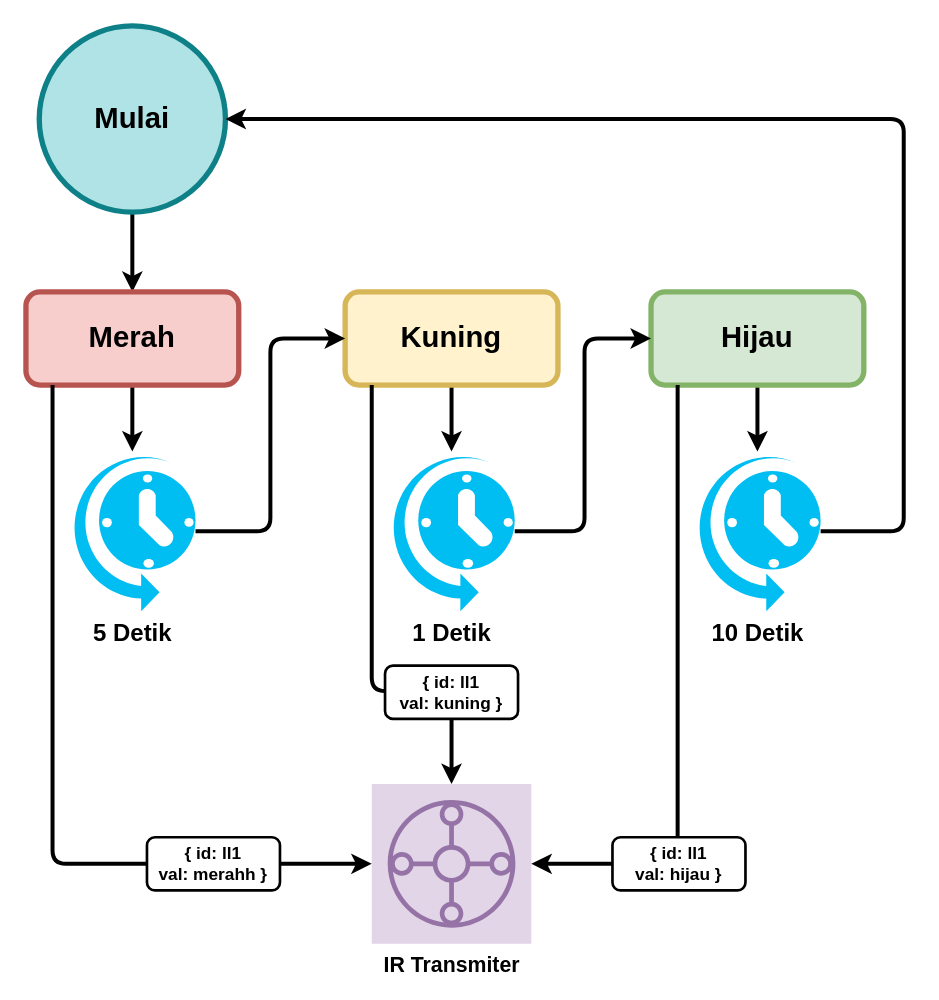
Earlier version of the draw.io diagram page "Lampu Lalulintas" (1 of 3) of mikrokontroler/UAS/workflow.drawio (syukrillah0108/sem_6). Source tidied: cells renumbered, new cells numbered last; positions are measured from the earlier drawing's top-left corner, leaving out a move shared by most shapes. Both pictures are drawn from the tidied source at 133%, with x=0, y=0 at pixel (25, 25).
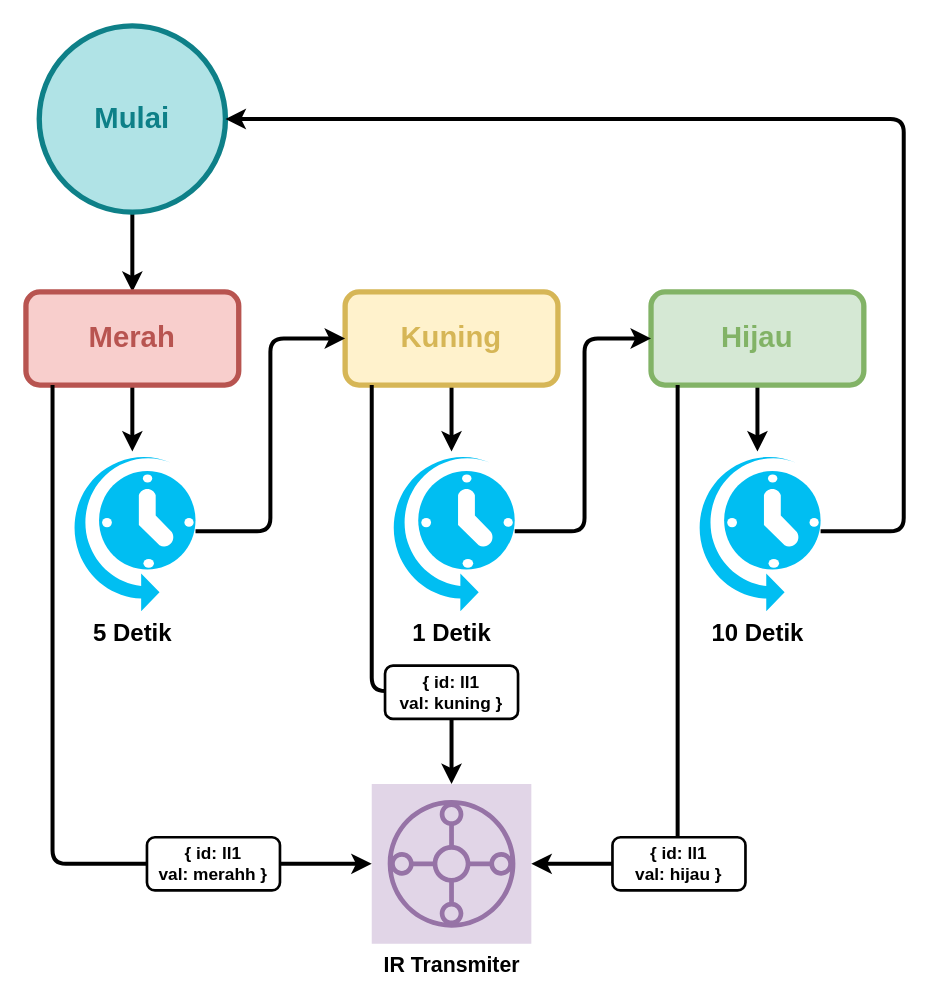
Above is the later version.

Commit message:
Update workflow.drawio to enhance color styling for traffic light states

What changed in the source:
```diff
@@
-    <mxCell id="3" value="Mulai" style="ellipse;whiteSpace=wrap;html=1;strokeWidth=4;fontSize=22;fontStyle=1;fillColor=#b0e3e6;strokeColor=#0e8088;" parent="1" vertex="1">
+    <mxCell id="3" value="Mulai" style="ellipse;whiteSpace=wrap;html=1;strokeWidth=4;fontSize=22;fontStyle=1;fillColor=#b0e3e6;strokeColor=#0e8088;fontColor=light-dark(#0e8088, #ededed);" parent="1" vertex="1">
       <mxGeometry x="10" width="140" height="140" as="geometry" />
     </mxCell>
@@
-    <mxCell id="5" value="Merah" style="rounded=1;whiteSpace=wrap;html=1;fillColor=#f8cecc;strokeColor=#b85450;strokeWidth=4;fontStyle=1;fontSize=22;" parent="1" vertex="1">
+    <mxCell id="5" value="Merah" style="rounded=1;whiteSpace=wrap;html=1;fillColor=#f8cecc;strokeColor=#b85450;strokeWidth=4;fontStyle=1;fontSize=22;fontColor=light-dark(#b85450, #ededed);" parent="1" vertex="1">
       <mxGeometry y="200" width="160" height="70" as="geometry" />
     </mxCell>
@@
-    <mxCell id="7" value="Kuning" style="rounded=1;whiteSpace=wrap;html=1;fillColor=#fff2cc;strokeColor=#d6b656;strokeWidth=4;fontStyle=1;fontSize=22;" parent="1" vertex="1">
+    <mxCell id="7" value="Kuning" style="rounded=1;whiteSpace=wrap;html=1;fillColor=#fff2cc;strokeColor=#d6b656;strokeWidth=4;fontStyle=1;fontSize=22;fontColor=light-dark(#d6b656, #ededed);" parent="1" vertex="1">
       <mxGeometry x="240" y="200" width="160" height="70" as="geometry" />
     </mxCell>
@@
-    <mxCell id="9" value="Hijau" style="rounded=1;whiteSpace=wrap;html=1;fillColor=#d5e8d4;strokeColor=#82b366;strokeWidth=4;fontStyle=1;fontSize=22;" parent="1" vertex="1">
+    <mxCell id="9" value="Hijau" style="rounded=1;whiteSpace=wrap;html=1;fillColor=#d5e8d4;strokeColor=#82b366;strokeWidth=4;fontStyle=1;fontSize=22;fontColor=light-dark(#82b366, #ededed);" parent="1" vertex="1">
       <mxGeometry x="470" y="200" width="160" height="70" as="geometry" />
     </mxCell>
```
